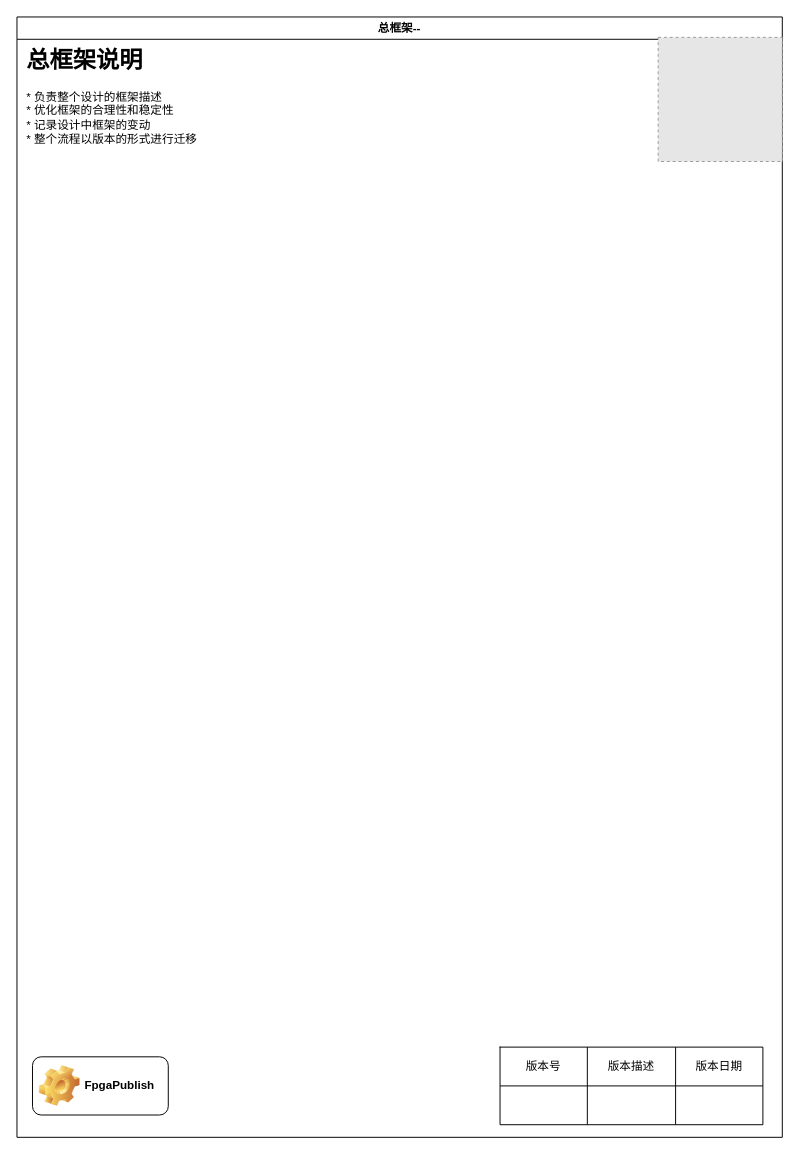
FpgaPublish/k0_smart_eye keeps this draw.io diagram as page "总框架" (1 of 3) of smart_eye_exec_flow/smart_eye_flow_manual.drawio. Above is the earlier version. Source tidied: cells renumbered, new cells numbered last; positions are measured from the earlier drawing's top-left corner, leaving out a move shared by most shapes. Both pictures are drawn from the tidied source at 97%, with x=0, y=0 at pixel (16, 16). Pictures stored in the file or linked from it are replaced by grey dashed boxes.
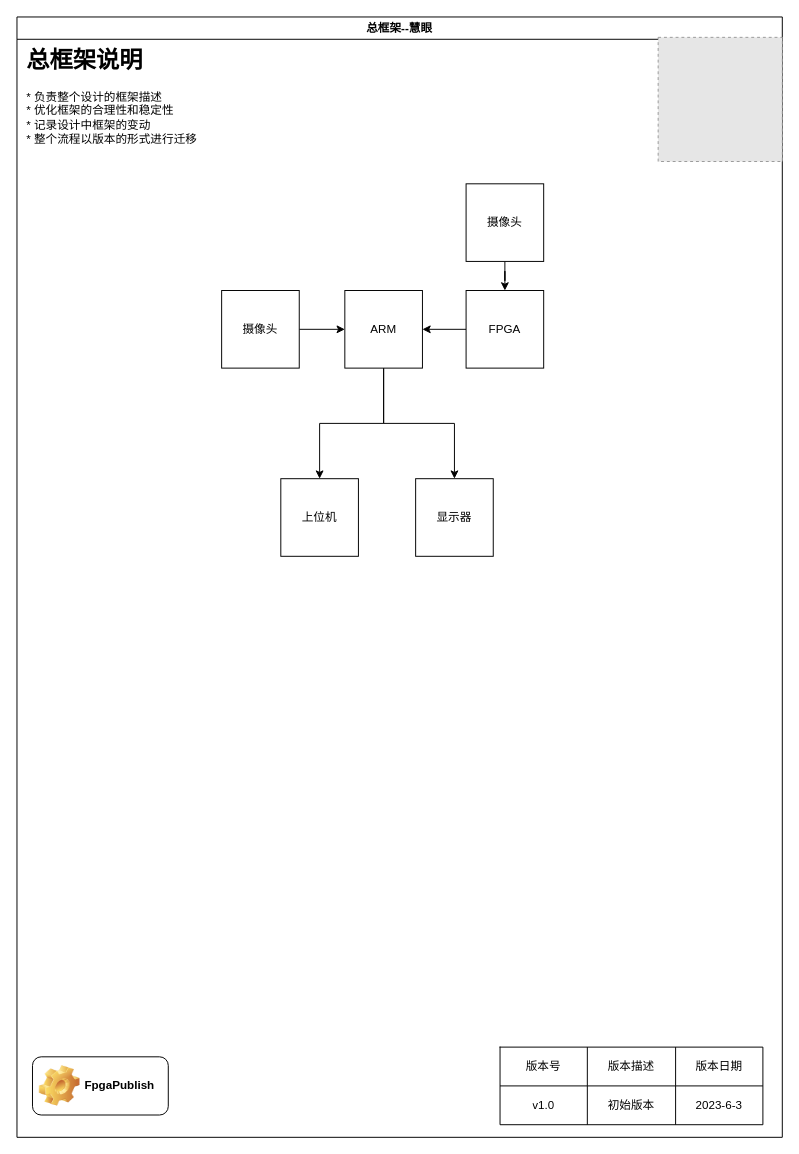
The same page after the edit.

The change refers to these unchanged cells:
```xml
<mxCell id="10" style="shape=tableRow;horizontal=0;startSize=0;swimlaneHead=0;swimlaneBody=0;top=0;left=0;bottom=0;right=0;fillColor=none;" parent="5" vertex="1">
  <mxGeometry y="40" width="271" height="40" as="geometry" />
</mxCell>
```

What changed in the source:
```diff
@@
-    <mxCell id="2" value="总框架--" style="swimlane;" parent="1" vertex="1">
+    <mxCell id="2" value="总框架--慧眼" style="swimlane;" parent="1" vertex="1">
       <mxGeometry width="789" height="1155" as="geometry" />
     </mxCell>
@@
-    <mxCell id="11" style="shape=partialRectangle;html=1;whiteSpace=wrap;overflow=hidden;fillColor=none;top=0;left=0;bottom=0;right=0;" parent="10" vertex="1">
+    <mxCell id="11" value="v1.0" style="shape=partialRectangle;html=1;whiteSpace=wrap;overflow=hidden;fillColor=none;top=0;left=0;bottom=0;right=0;" parent="10" vertex="1">
       <mxGeometry width="90" height="40" as="geometry" />
     </mxCell>
-    <mxCell id="12" style="shape=partialRectangle;html=1;whiteSpace=wrap;overflow=hidden;fillColor=none;top=0;left=0;bottom=0;right=0;" parent="10" vertex="1">
+    <mxCell id="12" value="初始版本" style="shape=partialRectangle;html=1;whiteSpace=wrap;overflow=hidden;fillColor=none;top=0;left=0;bottom=0;right=0;" parent="10" vertex="1">
       <mxGeometry x="90" width="91" height="40" as="geometry" />
     </mxCell>
-    <mxCell id="13" style="shape=partialRectangle;html=1;whiteSpace=wrap;overflow=hidden;fillColor=none;top=0;left=0;bottom=0;right=0;" parent="10" vertex="1">
+    <mxCell id="13" value="2023-6-3" style="shape=partialRectangle;html=1;whiteSpace=wrap;overflow=hidden;fillColor=none;top=0;left=0;bottom=0;right=0;" parent="10" vertex="1">
       <mxGeometry x="181" width="90" height="40" as="geometry" />
     </mxCell>
@@
+    <mxCell id="15" style="edgeStyle=orthogonalEdgeStyle;rounded=0;jettySize=auto;html=1;exitX=1;exitY=0.5;exitDx=0;exitDy=0;" parent="2" edge="1" source="16" target="23">
+      <mxGeometry relative="1" as="geometry" />
+    </mxCell>
+    <mxCell id="16" value="摄像头" style="whiteSpace=wrap;html=1;" parent="2" vertex="1">
+      <mxGeometry x="211" y="282" width="80" height="80" as="geometry" />
+    </mxCell>
+    <mxCell id="17" style="edgeStyle=orthogonalEdgeStyle;rounded=0;jettySize=auto;html=1;exitX=0;exitY=0.5;exitDx=0;exitDy=0;" parent="2" edge="1" source="18" target="23">
+      <mxGeometry relative="1" as="geometry" />
+    </mxCell>
+    <mxCell id="18" value="FPGA" style="whiteSpace=wrap;html=1;" parent="2" vertex="1">
+      <mxGeometry x="463" y="282" width="80" height="80" as="geometry" />
+    </mxCell>
+    <mxCell id="19" value="上位机" style="whiteSpace=wrap;html=1;" parent="2" vertex="1">
+      <mxGeometry x="272" y="476" width="80" height="80" as="geometry" />
+    </mxCell>
+    <mxCell id="20" value="显示器" style="whiteSpace=wrap;html=1;" parent="2" vertex="1">
+      <mxGeometry x="411" y="476" width="80" height="80" as="geometry" />
+    </mxCell>
+    <mxCell id="21" style="edgeStyle=orthogonalEdgeStyle;rounded=0;jettySize=auto;html=1;exitX=0.5;exitY=1;exitDx=0;exitDy=0;" parent="2" edge="1" source="23" target="19">
+      <mxGeometry relative="1" as="geometry" />
+    </mxCell>
+    <mxCell id="22" style="edgeStyle=orthogonalEdgeStyle;rounded=0;jettySize=auto;html=1;exitX=0.5;exitY=1;exitDx=0;exitDy=0;" parent="2" edge="1" source="23" target="20">
+      <mxGeometry relative="1" as="geometry" />
+    </mxCell>
+    <mxCell id="23" value="ARM" style="whiteSpace=wrap;html=1;" parent="2" vertex="1">
+      <mxGeometry x="338" y="282" width="80" height="80" as="geometry" />
+    </mxCell>
+    <mxCell id="24" style="edgeStyle=orthogonalEdgeStyle;rounded=0;jettySize=auto;html=1;exitX=0.5;exitY=1;exitDx=0;exitDy=0;" parent="2" edge="1" source="25" target="18">
+      <mxGeometry relative="1" as="geometry" />
+    </mxCell>
+    <mxCell id="25" value="摄像头" style="whiteSpace=wrap;html=1;" parent="2" vertex="1">
+      <mxGeometry x="463" y="172" width="80" height="80" as="geometry" />
+    </mxCell>
```
